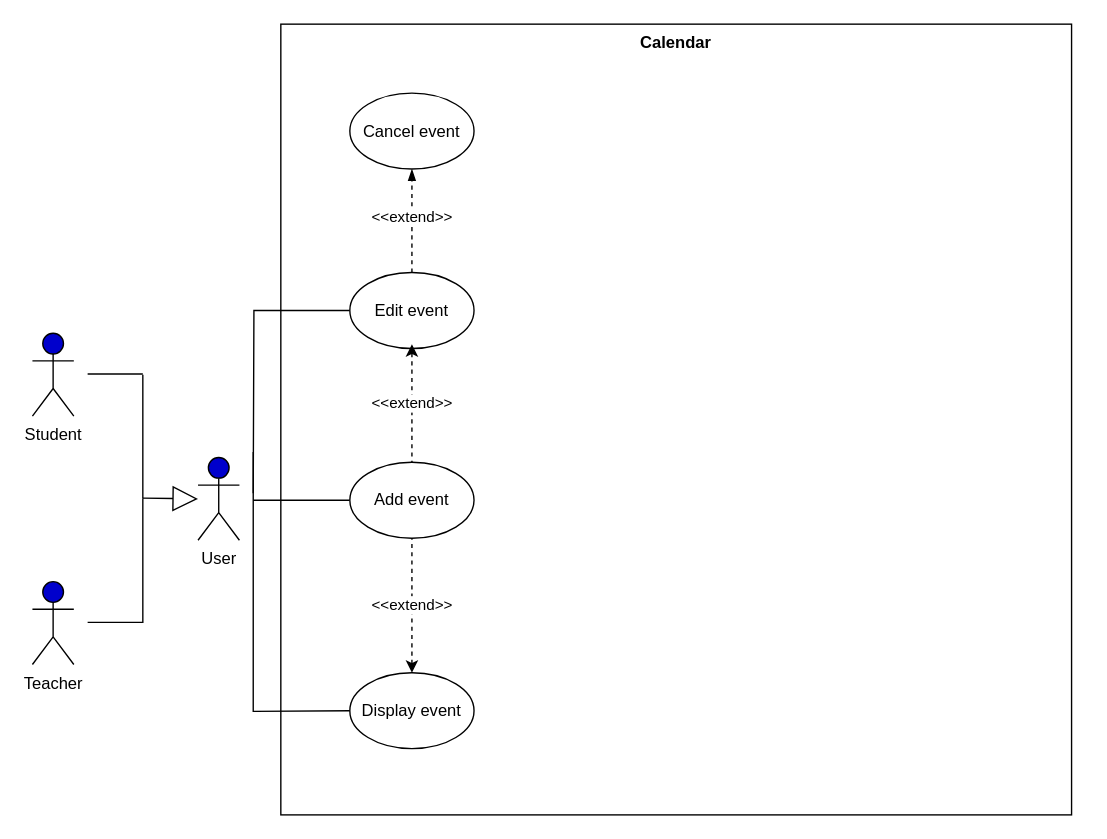
AbdellaouiSofiane/book_scraper keeps this draw.io diagram as page "Calendar" (3 of 5) of Untitled Diagram.drawio. Above is the earlier version. Source tidied: cells renumbered, new cells numbered last; positions are measured from the earlier drawing's top-left corner, leaving out a move shared by most shapes. Both pictures are drawn from the tidied source at 138%, with x=0, y=0 at pixel (32, 23).
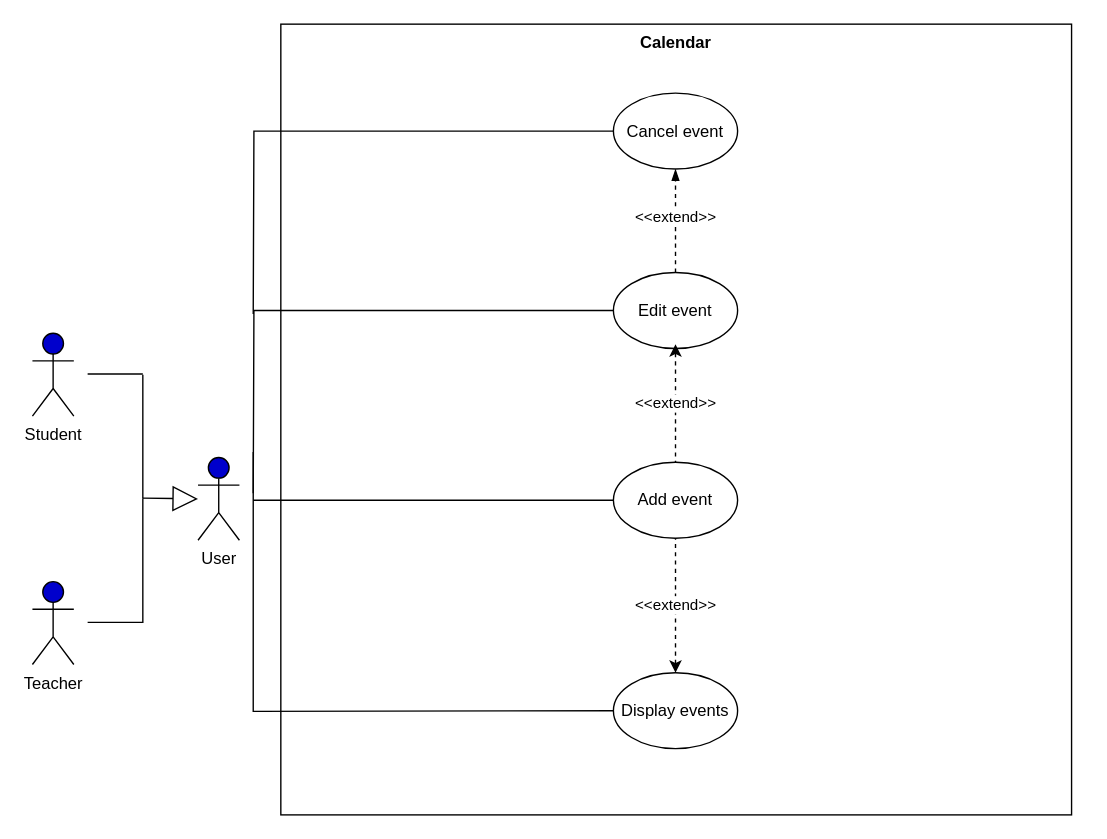
After the change.

Change to the diagram source:
```diff
@@
     <mxCell id="14" value="Add event" style="ellipse;whiteSpace=wrap;html=1;" parent="1" vertex="1">
-      <mxGeometry x="230" y="317.5" width="90" height="55" as="geometry" />
+      <mxGeometry x="421" y="317.5" width="90" height="55" as="geometry" />
     </mxCell>
@@
     <mxCell id="16" value="Edit event" style="ellipse;whiteSpace=wrap;html=1;" parent="1" vertex="1">
-      <mxGeometry x="230" y="180" width="90" height="55" as="geometry" />
+      <mxGeometry x="421" y="180" width="90" height="55" as="geometry" />
     </mxCell>
-    <mxCell id="17" value="Display event" style="ellipse;whiteSpace=wrap;html=1;" parent="1" vertex="1">
-      <mxGeometry x="230" y="470" width="90" height="55" as="geometry" />
+    <mxCell id="17" value="Display events" style="ellipse;whiteSpace=wrap;html=1;" parent="1" vertex="1">
+      <mxGeometry x="421" y="470" width="90" height="55" as="geometry" />
     </mxCell>
@@
-    <mxCell id="19" style="edgeStyle=none;rounded=0;orthogonalLoop=1;jettySize=auto;html=1;entryX=0;entryY=0.5;entryDx=0;entryDy=0;endArrow=none;endFill=0;" parent="1" edge="1">
+    <mxCell id="19" style="edgeStyle=none;rounded=0;jettySize=auto;html=1;entryX=0;entryY=0.5;entryDx=0;entryDy=0;endArrow=none;endFill=0;" parent="1" edge="1" target="17">
       <mxGeometry relative="1" as="geometry">
         <mxPoint x="160" y="310" as="sourcePoint" />
-        <mxPoint x="230" y="497.5" as="targetPoint" />
         <Array as="points">
           <mxPoint x="160" y="498" />
         </Array>
       </mxGeometry>
     </mxCell>
+    <mxCell id="22" style="edgeStyle=orthogonalEdgeStyle;rounded=0;jettySize=auto;html=1;exitX=0;exitY=0.5;exitDx=0;exitDy=0;startArrow=none;startFill=0;endArrow=none;endFill=0;" parent="1" edge="1" source="20">
+      <mxGeometry relative="1" as="geometry">
+        <mxPoint x="160" y="210" as="targetPoint" />
+      </mxGeometry>
+    </mxCell>
     <mxCell id="20" value="Cancel event" style="ellipse;whiteSpace=wrap;html=1;" parent="1" vertex="1">
-      <mxGeometry x="230" y="50" width="90" height="55" as="geometry" />
+      <mxGeometry x="421" y="50" width="90" height="55" as="geometry" />
     </mxCell>
```
